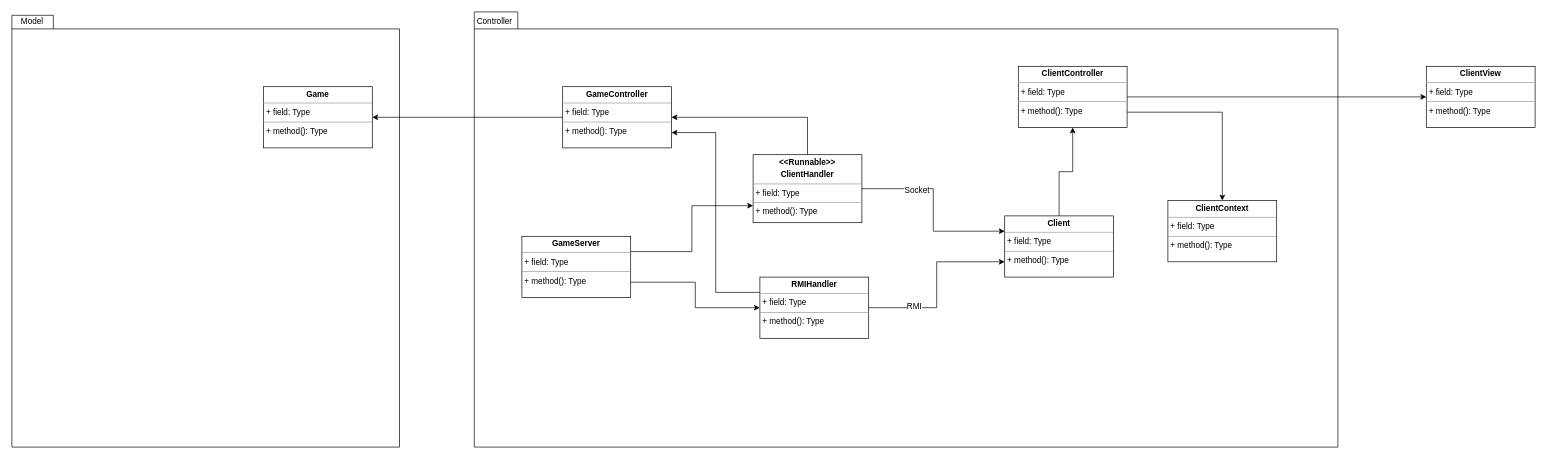
This is UML_Controller.drawio from vittot/ing-sw-2019-20, a draw.io file, before an edit. Source tidied: cells renumbered, new cells numbered last; positions are measured from the earlier drawing's top-left corner, leaving out a move shared by most shapes. Both pictures are drawn from the tidied source at 68%, with x=0, y=0 at pixel (12, 12).
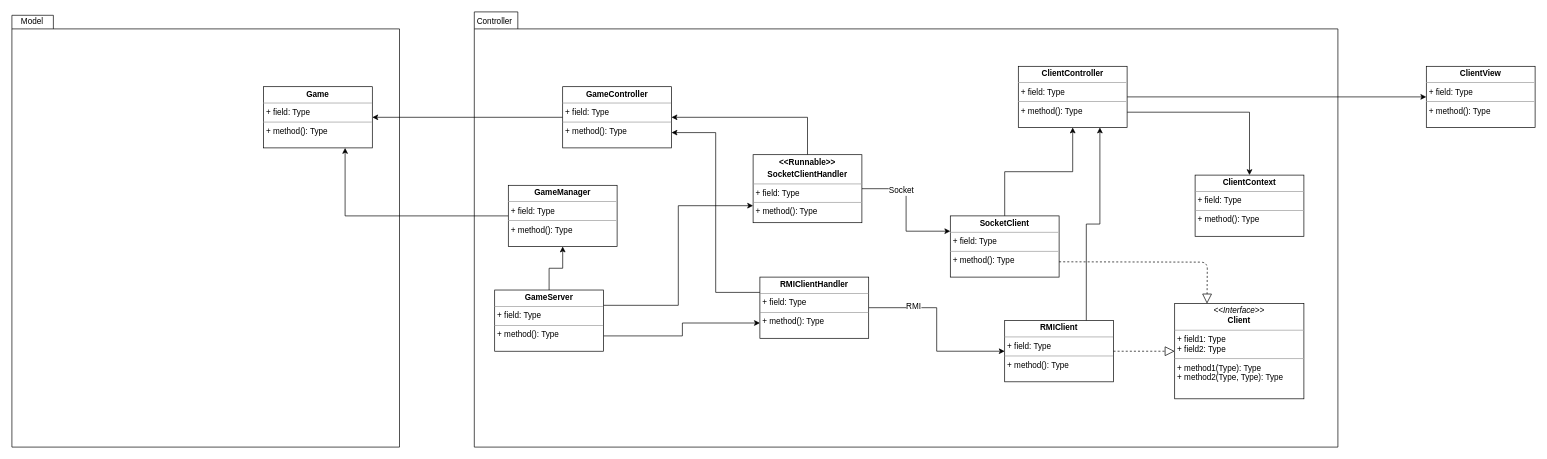
Above is the later version.

Commit message (it also covers changes not shown here):
update uml controller diagram

Unchanged cells that the change refers to:
```xml
<mxCell id="4" value="&lt;p style=&quot;margin: 0px ; margin-top: 4px ; text-align: center&quot;&gt;&lt;b&gt;Game&lt;/b&gt;&lt;/p&gt;&lt;hr size=&quot;1&quot;&gt;&lt;p style=&quot;margin: 0px ; margin-left: 4px&quot;&gt;+ field: Type&lt;/p&gt;&lt;hr size=&quot;1&quot;&gt;&lt;p style=&quot;margin: 0px ; margin-left: 4px&quot;&gt;+ method(): Type&lt;/p&gt;" style="verticalAlign=top;align=left;overflow=fill;fontSize=12;fontFamily=Helvetica;html=1;" parent="1" vertex="1">
  <mxGeometry x="370" y="110" width="160" height="90" as="geometry" />
</mxCell>
<mxCell id="8" value="&lt;p style=&quot;margin: 0px ; margin-top: 4px ; text-align: center&quot;&gt;&lt;b&gt;ClientController&lt;/b&gt;&lt;/p&gt;&lt;hr size=&quot;1&quot;&gt;&lt;p style=&quot;margin: 0px ; margin-left: 4px&quot;&gt;+ field: Type&lt;/p&gt;&lt;hr size=&quot;1&quot;&gt;&lt;p style=&quot;margin: 0px ; margin-left: 4px&quot;&gt;+ method(): Type&lt;/p&gt;" style="verticalAlign=top;align=left;overflow=fill;fontSize=12;fontFamily=Helvetica;html=1;" parent="1" vertex="1">
  <mxGeometry x="1480" y="80" width="160" height="90" as="geometry" />
</mxCell>
```

What changed in the source:
```diff
@@
-    <mxCell id="10" value="&lt;p style=&quot;margin: 0px ; margin-top: 4px ; text-align: center&quot;&gt;&lt;b&gt;Client&lt;/b&gt;&lt;/p&gt;&lt;hr size=&quot;1&quot;&gt;&lt;p style=&quot;margin: 0px ; margin-left: 4px&quot;&gt;+ field: Type&lt;/p&gt;&lt;hr size=&quot;1&quot;&gt;&lt;p style=&quot;margin: 0px ; margin-left: 4px&quot;&gt;+ method(): Type&lt;/p&gt;" style="verticalAlign=top;align=left;overflow=fill;fontSize=12;fontFamily=Helvetica;html=1;" parent="1" vertex="1">
-      <mxGeometry x="1460" y="300" width="160" height="90" as="geometry" />
+    <mxCell id="10" value="&lt;p style=&quot;margin: 0px ; margin-top: 4px ; text-align: center&quot;&gt;&lt;b&gt;SocketClient&lt;/b&gt;&lt;/p&gt;&lt;hr size=&quot;1&quot;&gt;&lt;p style=&quot;margin: 0px ; margin-left: 4px&quot;&gt;+ field: Type&lt;/p&gt;&lt;hr size=&quot;1&quot;&gt;&lt;p style=&quot;margin: 0px ; margin-left: 4px&quot;&gt;+ method(): Type&lt;/p&gt;" style="verticalAlign=top;align=left;overflow=fill;fontSize=12;fontFamily=Helvetica;html=1;" parent="1" vertex="1">
+      <mxGeometry x="1380" y="300" width="160" height="90" as="geometry" />
     </mxCell>
@@
-    <mxCell id="13" style="edgeStyle=orthogonalEdgeStyle;rounded=0;jettySize=auto;html=1;exitX=1;exitY=0.5;exitDx=0;exitDy=0;entryX=0;entryY=0.75;entryDx=0;entryDy=0;" parent="1" edge="1" source="16" target="10">
+    <mxCell id="13" style="edgeStyle=orthogonalEdgeStyle;rounded=0;jettySize=auto;html=1;exitX=1;exitY=0.5;exitDx=0;exitDy=0;entryX=0;entryY=0.5;entryDx=0;entryDy=0;" parent="1" edge="1" source="16" target="30">
       <mxGeometry relative="1" as="geometry" />
     </mxCell>
@@
-    <mxCell id="16" value="&lt;p style=&quot;margin: 0px ; margin-top: 4px ; text-align: center&quot;&gt;&lt;b&gt;RMIHandler&lt;/b&gt;&lt;/p&gt;&lt;hr size=&quot;1&quot;&gt;&lt;p style=&quot;margin: 0px ; margin-left: 4px&quot;&gt;+ field: Type&lt;/p&gt;&lt;hr size=&quot;1&quot;&gt;&lt;p style=&quot;margin: 0px ; margin-left: 4px&quot;&gt;+ method(): Type&lt;/p&gt;" style="verticalAlign=top;align=left;overflow=fill;fontSize=12;fontFamily=Helvetica;html=1;" parent="1" vertex="1">
+    <mxCell id="16" value="&lt;p style=&quot;margin: 0px ; margin-top: 4px ; text-align: center&quot;&gt;&lt;b&gt;RMIClientHandler&lt;/b&gt;&lt;/p&gt;&lt;hr size=&quot;1&quot;&gt;&lt;p style=&quot;margin: 0px ; margin-left: 4px&quot;&gt;+ field: Type&lt;/p&gt;&lt;hr size=&quot;1&quot;&gt;&lt;p style=&quot;margin: 0px ; margin-left: 4px&quot;&gt;+ method(): Type&lt;/p&gt;" style="verticalAlign=top;align=left;overflow=fill;fontSize=12;fontFamily=Helvetica;html=1;" parent="1" vertex="1">
       <mxGeometry x="1100" y="390" width="160" height="90" as="geometry" />
     </mxCell>
@@
-    <mxCell id="20" value="&lt;p style=&quot;margin: 0px ; margin-top: 4px ; text-align: center&quot;&gt;&lt;b&gt;&amp;lt;&amp;lt;Runnable&amp;gt;&amp;gt;&lt;/b&gt;&lt;/p&gt;&lt;p style=&quot;margin: 0px ; margin-top: 4px ; text-align: center&quot;&gt;&lt;b&gt;ClientHandler&lt;/b&gt;&lt;/p&gt;&lt;hr size=&quot;1&quot;&gt;&lt;p style=&quot;margin: 0px ; margin-left: 4px&quot;&gt;+ field: Type&lt;/p&gt;&lt;hr size=&quot;1&quot;&gt;&lt;p style=&quot;margin: 0px ; margin-left: 4px&quot;&gt;+ method(): Type&lt;/p&gt;" style="verticalAlign=top;align=left;overflow=fill;fontSize=12;fontFamily=Helvetica;html=1;" parent="1" vertex="1">
+    <mxCell id="20" value="&lt;p style=&quot;margin: 0px ; margin-top: 4px ; text-align: center&quot;&gt;&lt;b&gt;&amp;lt;&amp;lt;Runnable&amp;gt;&amp;gt;&lt;/b&gt;&lt;/p&gt;&lt;p style=&quot;margin: 0px ; margin-top: 4px ; text-align: center&quot;&gt;&lt;b&gt;SocketClientHandler&lt;/b&gt;&lt;/p&gt;&lt;hr size=&quot;1&quot;&gt;&lt;p style=&quot;margin: 0px ; margin-left: 4px&quot;&gt;+ field: Type&lt;/p&gt;&lt;hr size=&quot;1&quot;&gt;&lt;p style=&quot;margin: 0px ; margin-left: 4px&quot;&gt;+ method(): Type&lt;/p&gt;" style="verticalAlign=top;align=left;overflow=fill;fontSize=12;fontFamily=Helvetica;html=1;" parent="1" vertex="1">
       <mxGeometry x="1090" y="210" width="160" height="100" as="geometry" />
     </mxCell>
@@
-    <mxCell id="22" style="edgeStyle=orthogonalEdgeStyle;rounded=0;jettySize=auto;html=1;exitX=1;exitY=0.75;exitDx=0;exitDy=0;entryX=0;entryY=0.5;entryDx=0;entryDy=0;" parent="1" edge="1" source="23" target="16">
-      <mxGeometry relative="1" as="geometry" />
+    <mxCell id="22" style="edgeStyle=orthogonalEdgeStyle;rounded=0;jettySize=auto;html=1;exitX=1;exitY=0.75;exitDx=0;exitDy=0;entryX=0;entryY=0.75;entryDx=0;entryDy=0;" parent="1" edge="1" source="23" target="16">
+      <mxGeometry relative="1" as="geometry">
+        <Array as="points">
+          <mxPoint x="986" y="476" />
+          <mxPoint x="986" y="458" />
+        </Array>
+      </mxGeometry>
     </mxCell>
+    <mxCell id="27" style="edgeStyle=orthogonalEdgeStyle;rounded=0;jettySize=auto;html=1;exitX=0.5;exitY=0;exitDx=0;exitDy=0;entryX=0.5;entryY=1;entryDx=0;entryDy=0;" parent="1" edge="1" source="23" target="34">
+      <mxGeometry relative="1" as="geometry" />
+    </mxCell>
     <mxCell id="23" value="&lt;p style=&quot;margin: 0px ; margin-top: 4px ; text-align: center&quot;&gt;&lt;b&gt;GameServer&lt;/b&gt;&lt;/p&gt;&lt;hr size=&quot;1&quot;&gt;&lt;p style=&quot;margin: 0px ; margin-left: 4px&quot;&gt;+ field: Type&lt;/p&gt;&lt;hr size=&quot;1&quot;&gt;&lt;p style=&quot;margin: 0px ; margin-left: 4px&quot;&gt;+ method(): Type&lt;/p&gt;" style="verticalAlign=top;align=left;overflow=fill;fontSize=12;fontFamily=Helvetica;html=1;" parent="1" vertex="1">
-      <mxGeometry x="750" y="330" width="160" height="90" as="geometry" />
+      <mxGeometry x="710" y="409" width="160" height="90" as="geometry" />
     </mxCell>
@@
     <mxCell id="26" value="&lt;p style=&quot;margin: 0px ; margin-top: 4px ; text-align: center&quot;&gt;&lt;b&gt;ClientContext&lt;/b&gt;&lt;/p&gt;&lt;hr size=&quot;1&quot;&gt;&lt;p style=&quot;margin: 0px ; margin-left: 4px&quot;&gt;+ field: Type&lt;/p&gt;&lt;hr size=&quot;1&quot;&gt;&lt;p style=&quot;margin: 0px ; margin-left: 4px&quot;&gt;+ method(): Type&lt;/p&gt;" style="verticalAlign=top;align=left;overflow=fill;fontSize=12;fontFamily=Helvetica;html=1;" parent="1" vertex="1">
-      <mxGeometry x="1700" y="277.5" width="160" height="90" as="geometry" />
+      <mxGeometry x="1740" y="240" width="160" height="90" as="geometry" />
     </mxCell>
+    <mxCell id="28" value="&lt;p style=&quot;margin: 0px ; margin-top: 4px ; text-align: center&quot;&gt;&lt;i&gt;&amp;lt;&amp;lt;Interface&amp;gt;&amp;gt;&lt;/i&gt;&lt;br&gt;&lt;b&gt;Client&lt;/b&gt;&lt;/p&gt;&lt;hr size=&quot;1&quot;&gt;&lt;p style=&quot;margin: 0px ; margin-left: 4px&quot;&gt;+ field1: Type&lt;br&gt;+ field2: Type&lt;/p&gt;&lt;hr size=&quot;1&quot;&gt;&lt;p style=&quot;margin: 0px ; margin-left: 4px&quot;&gt;+ method1(Type): Type&lt;br&gt;+ method2(Type, Type): Type&lt;/p&gt;" style="verticalAlign=top;align=left;overflow=fill;fontSize=12;fontFamily=Helvetica;html=1;" parent="1" vertex="1">
+      <mxGeometry x="1710" y="429" width="190" height="140" as="geometry" />
+    </mxCell>
+    <mxCell id="29" style="edgeStyle=orthogonalEdgeStyle;rounded=0;jettySize=auto;html=1;exitX=0.75;exitY=0;exitDx=0;exitDy=0;entryX=0.75;entryY=1;entryDx=0;entryDy=0;" parent="1" edge="1" source="30" target="8">
+      <mxGeometry relative="1" as="geometry" />
+    </mxCell>
+    <mxCell id="30" value="&lt;p style=&quot;margin: 0px ; margin-top: 4px ; text-align: center&quot;&gt;&lt;b&gt;RMIClient&lt;/b&gt;&lt;/p&gt;&lt;hr size=&quot;1&quot;&gt;&lt;p style=&quot;margin: 0px ; margin-left: 4px&quot;&gt;+ field: Type&lt;/p&gt;&lt;hr size=&quot;1&quot;&gt;&lt;p style=&quot;margin: 0px ; margin-left: 4px&quot;&gt;+ method(): Type&lt;/p&gt;" style="verticalAlign=top;align=left;overflow=fill;fontSize=12;fontFamily=Helvetica;html=1;" parent="1" vertex="1">
+      <mxGeometry x="1460" y="454" width="160" height="90" as="geometry" />
+    </mxCell>
+    <mxCell id="31" style="endArrow=block;dashed=1;endFill=0;endSize=12;html=1;exitX=1;exitY=0.5;exitDx=0;exitDy=0;entryX=0;entryY=0.5;entryDx=0;entryDy=0;" parent="1" edge="1" source="30" target="28">
+      <mxGeometry relative="1" as="geometry" />
+    </mxCell>
+    <mxCell id="32" style="endArrow=block;dashed=1;endFill=0;endSize=12;html=1;exitX=1;exitY=0.75;exitDx=0;exitDy=0;entryX=0.25;entryY=0;entryDx=0;entryDy=0;" parent="1" edge="1" source="10" target="28">
+      <mxGeometry relative="1" as="geometry">
+        <Array as="points">
+          <mxPoint x="1758" y="368" />
+        </Array>
+      </mxGeometry>
+    </mxCell>
+    <mxCell id="33" style="edgeStyle=orthogonalEdgeStyle;rounded=0;jettySize=auto;html=1;exitX=0;exitY=0.5;exitDx=0;exitDy=0;entryX=0.75;entryY=1;entryDx=0;entryDy=0;" parent="1" edge="1" source="34" target="4">
+      <mxGeometry relative="1" as="geometry" />
+    </mxCell>
+    <mxCell id="34" value="&lt;p style=&quot;margin: 0px ; margin-top: 4px ; text-align: center&quot;&gt;&lt;b&gt;GameManager&lt;/b&gt;&lt;/p&gt;&lt;hr size=&quot;1&quot;&gt;&lt;p style=&quot;margin: 0px ; margin-left: 4px&quot;&gt;+ field: Type&lt;/p&gt;&lt;hr size=&quot;1&quot;&gt;&lt;p style=&quot;margin: 0px ; margin-left: 4px&quot;&gt;+ method(): Type&lt;/p&gt;" style="verticalAlign=top;align=left;overflow=fill;fontSize=12;fontFamily=Helvetica;html=1;" parent="1" vertex="1">
+      <mxGeometry x="730" y="255" width="160" height="90" as="geometry" />
+    </mxCell>
```
